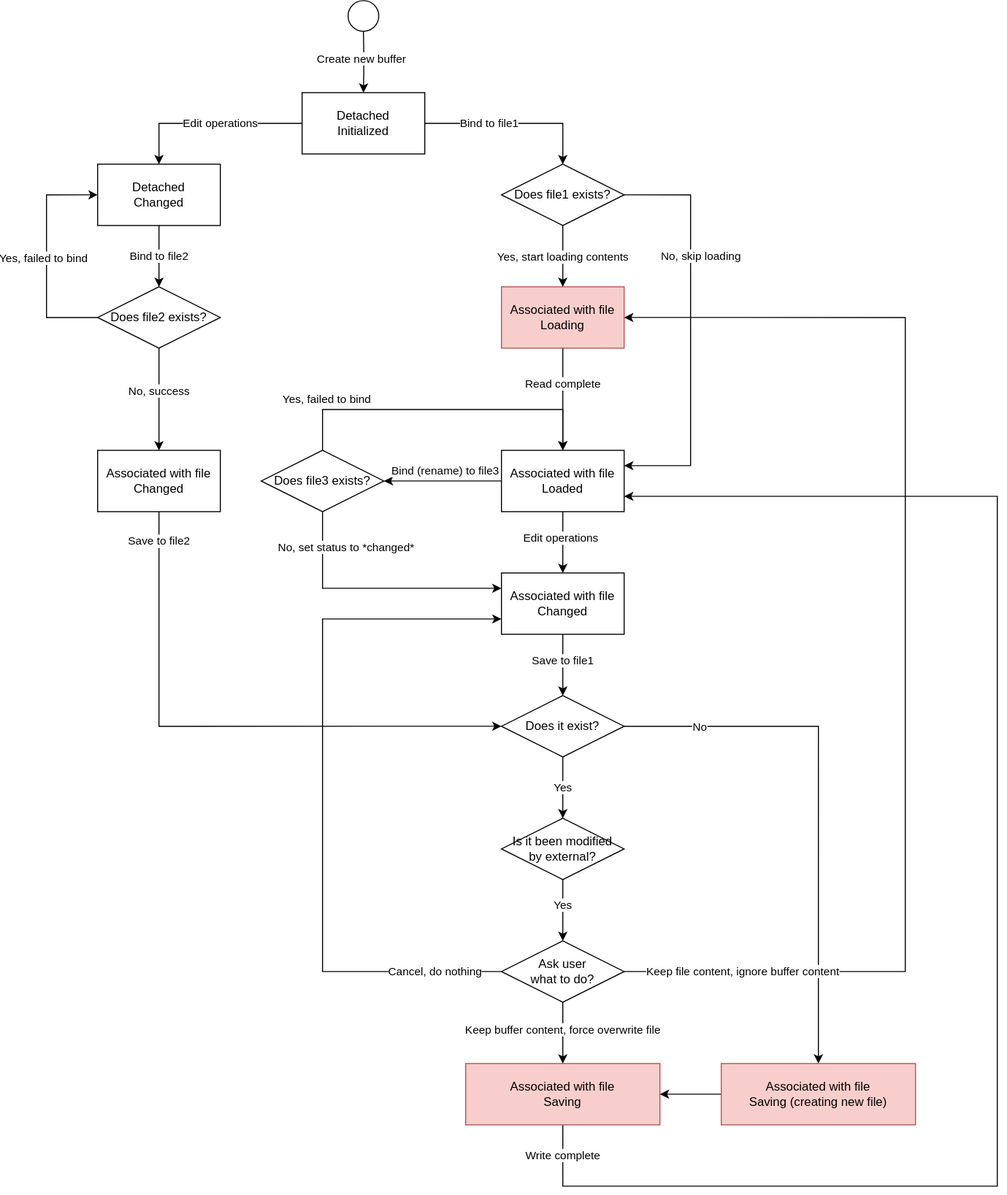
rsvim/rfc keeps this draw.io diagram as images/4-WindowsAndBuffers-1-FileBuffer.1.drawio.svg. Above is the earlier version. Source tidied: cells renumbered, new cells last; positions are measured from the earlier drawing's top-left corner, leaving out a move shared by most shapes.
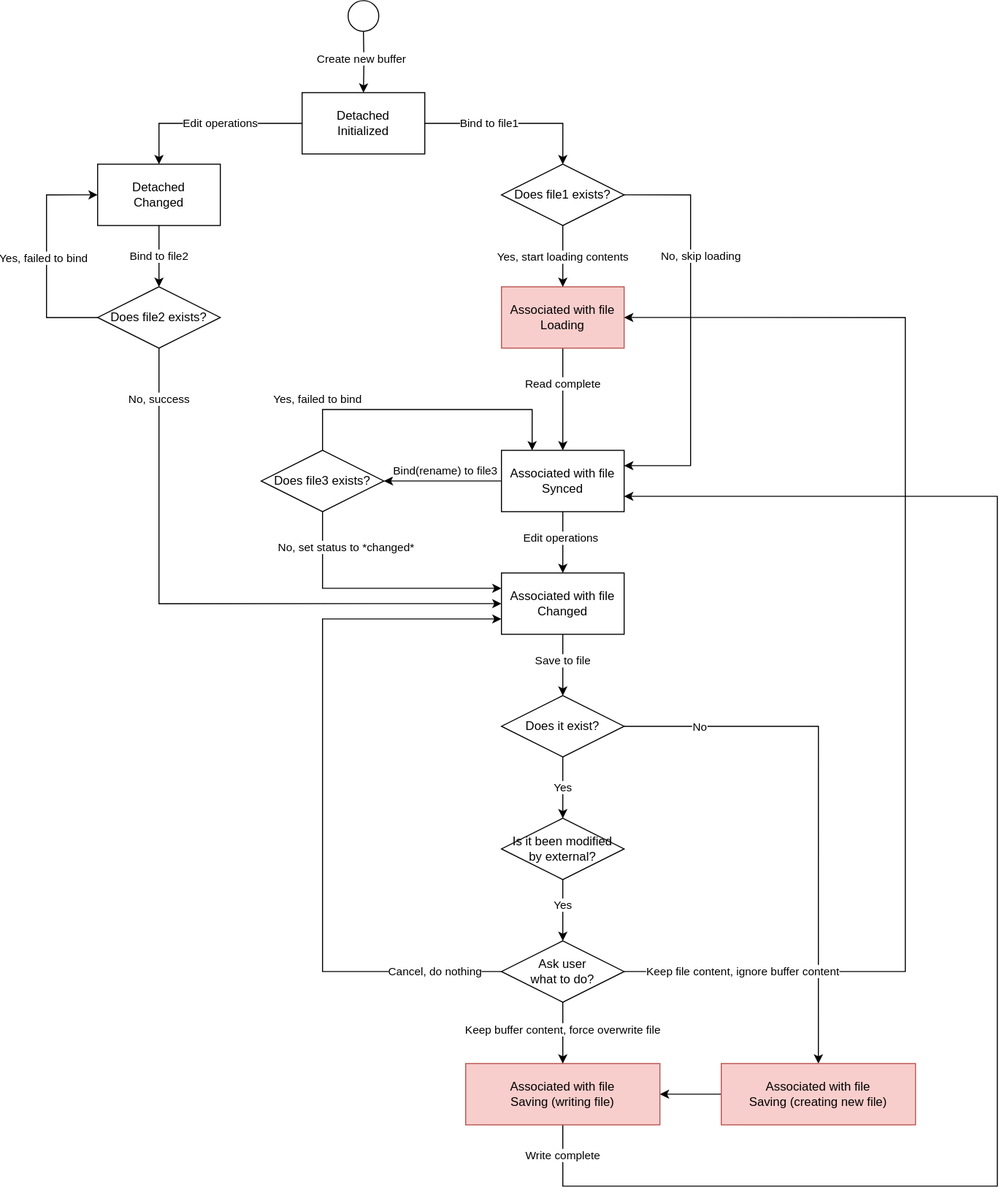
Later version of the same file.

Diff of the diagram source:
```diff
@@ -45,29 +45,14 @@
     <mxCell id="14" style="edgeStyle=orthogonalEdgeStyle;rounded=0;jettySize=auto;html=1;entryX=1;entryY=0.5;entryDx=0;entryDy=0;" parent="1" edge="1" source="16" target="38">
       <mxGeometry relative="1" as="geometry" />
     </mxCell>
-    <mxCell id="15" value="Bind (rename) to file3" style="edgeLabel;html=1;align=center;verticalAlign=middle;" parent="14" vertex="1">
+    <mxCell id="15" value="Bind(rename) to file3" style="edgeLabel;html=1;align=center;verticalAlign=middle;" parent="14" vertex="1">
       <mxGeometry x="0.16" y="-4" relative="1" as="geometry">
         <mxPoint x="11" y="-6" as="offset" />
       </mxGeometry>
     </mxCell>
-    <mxCell id="16" value="Associated with file&lt;br&gt;Loaded" style="rounded=0;whiteSpace=wrap;html=1;" parent="1" vertex="1">
+    <mxCell id="16" value="Associated with file&lt;br&gt;Synced" style="rounded=0;whiteSpace=wrap;html=1;" parent="1" vertex="1">
       <mxGeometry x="445" y="440" width="120" height="60" as="geometry" />
     </mxCell>
-    <mxCell id="17" style="edgeStyle=orthogonalEdgeStyle;rounded=0;jettySize=auto;html=1;exitX=0.5;exitY=1;exitDx=0;exitDy=0;entryX=0;entryY=0.5;entryDx=0;entryDy=0;" parent="1" edge="1" source="19" target="48">
-      <mxGeometry relative="1" as="geometry">
-        <Array as="points">
-          <mxPoint x="110" y="710" />
-        </Array>
-      </mxGeometry>
-    </mxCell>
-    <mxCell id="18" value="Save to file2" style="edgeLabel;html=1;align=center;verticalAlign=middle;" parent="17" vertex="1">
-      <mxGeometry x="-0.55" y="1" relative="1" as="geometry">
-        <mxPoint x="-1" y="-95" as="offset" />
-      </mxGeometry>
-    </mxCell>
-    <mxCell id="19" value="Associated with file&lt;br&gt;Changed" style="rounded=0;whiteSpace=wrap;html=1;" parent="1" vertex="1">
-      <mxGeometry x="50" y="440" width="120" height="60" as="geometry" />
-    </mxCell>
     <mxCell id="20" value="Associated with file&lt;br&gt;Changed" style="rounded=0;whiteSpace=wrap;html=1;" parent="1" vertex="1">
       <mxGeometry x="445" y="560" width="120" height="60" as="geometry" />
     </mxCell>
@@ -85,7 +70,7 @@
         <mxPoint x="-424" y="229" as="offset" />
       </mxGeometry>
     </mxCell>
-    <mxCell id="23" value="Associated with file&lt;br&gt;Saving" style="rounded=0;whiteSpace=wrap;html=1;fillColor=#f8cecc;strokeColor=#b85450;" parent="1" vertex="1">
+    <mxCell id="23" value="Associated with file&lt;br&gt;Saving (writing file)" style="rounded=0;whiteSpace=wrap;html=1;fillColor=#f8cecc;strokeColor=#b85450;" parent="1" vertex="1">
       <mxGeometry x="410" y="1040" width="190" height="60" as="geometry" />
     </mxCell>
     <mxCell id="24" style="edgeStyle=orthogonalEdgeStyle;rounded=0;jettySize=auto;html=1;entryX=0;entryY=0.5;entryDx=0;entryDy=0;" parent="1" edge="1" source="28" target="11">
@@ -99,11 +84,17 @@
     <mxCell id="25" value="Yes, failed to bind" style="edgeLabel;html=1;align=center;verticalAlign=middle;" parent="24" vertex="1">
       <mxGeometry x="-0.02" y="3" relative="1" as="geometry" />
     </mxCell>
-    <mxCell id="26" style="edgeStyle=orthogonalEdgeStyle;rounded=0;jettySize=auto;html=1;entryX=0.5;entryY=0;entryDx=0;entryDy=0;" parent="1" edge="1" source="28" target="19">
-      <mxGeometry relative="1" as="geometry" />
+    <mxCell id="26" style="edgeStyle=orthogonalEdgeStyle;rounded=0;jettySize=auto;html=1;entryX=0;entryY=0.5;entryDx=0;entryDy=0;" parent="1" edge="1" source="28" target="20">
+      <mxGeometry relative="1" as="geometry">
+        <Array as="points">
+          <mxPoint x="110" y="590" />
+        </Array>
+      </mxGeometry>
     </mxCell>
     <mxCell id="27" value="No, success" style="edgeLabel;html=1;align=center;verticalAlign=middle;" parent="26" vertex="1">
-      <mxGeometry x="-0.16" relative="1" as="geometry" />
+      <mxGeometry x="-0.16" relative="1" as="geometry">
+        <mxPoint y="-196" as="offset" />
+      </mxGeometry>
     </mxCell>
     <mxCell id="28" value="Does file2 exists?" style="rhombus;whiteSpace=wrap;html=1;" parent="1" vertex="1">
       <mxGeometry x="50" y="280" width="120" height="60" as="geometry" />
@@ -132,11 +123,11 @@
     <mxCell id="33" value="Does file1 exists?" style="rhombus;whiteSpace=wrap;html=1;" parent="1" vertex="1">
       <mxGeometry x="445" y="160" width="120" height="60" as="geometry" />
     </mxCell>
-    <mxCell id="34" style="edgeStyle=orthogonalEdgeStyle;rounded=0;jettySize=auto;html=1;entryX=0.5;entryY=0;entryDx=0;entryDy=0;exitX=0.5;exitY=0;exitDx=0;exitDy=0;" parent="1" edge="1" source="38" target="16">
+    <mxCell id="34" style="edgeStyle=orthogonalEdgeStyle;rounded=0;jettySize=auto;html=1;entryX=0.25;entryY=0;entryDx=0;entryDy=0;exitX=0.5;exitY=0;exitDx=0;exitDy=0;" parent="1" edge="1" source="38" target="16">
       <mxGeometry relative="1" as="geometry">
         <Array as="points">
           <mxPoint x="270" y="400" />
-          <mxPoint x="505" y="400" />
+          <mxPoint x="475" y="400" />
         </Array>
       </mxGeometry>
     </mxCell>
@@ -163,7 +154,7 @@
     <mxCell id="39" style="edgeStyle=orthogonalEdgeStyle;rounded=0;jettySize=auto;html=1;entryX=0.5;entryY=0;entryDx=0;entryDy=0;" parent="1" edge="1" source="20" target="48">
       <mxGeometry relative="1" as="geometry" />
     </mxCell>
-    <mxCell id="40" value="Save to file1" style="edgeLabel;html=1;align=center;verticalAlign=middle;" parent="39" vertex="1">
+    <mxCell id="40" value="Save to file" style="edgeLabel;html=1;align=center;verticalAlign=middle;" parent="39" vertex="1">
       <mxGeometry x="-0.12" relative="1" as="geometry">
         <mxPoint y="-1" as="offset" />
       </mxGeometry>
```
